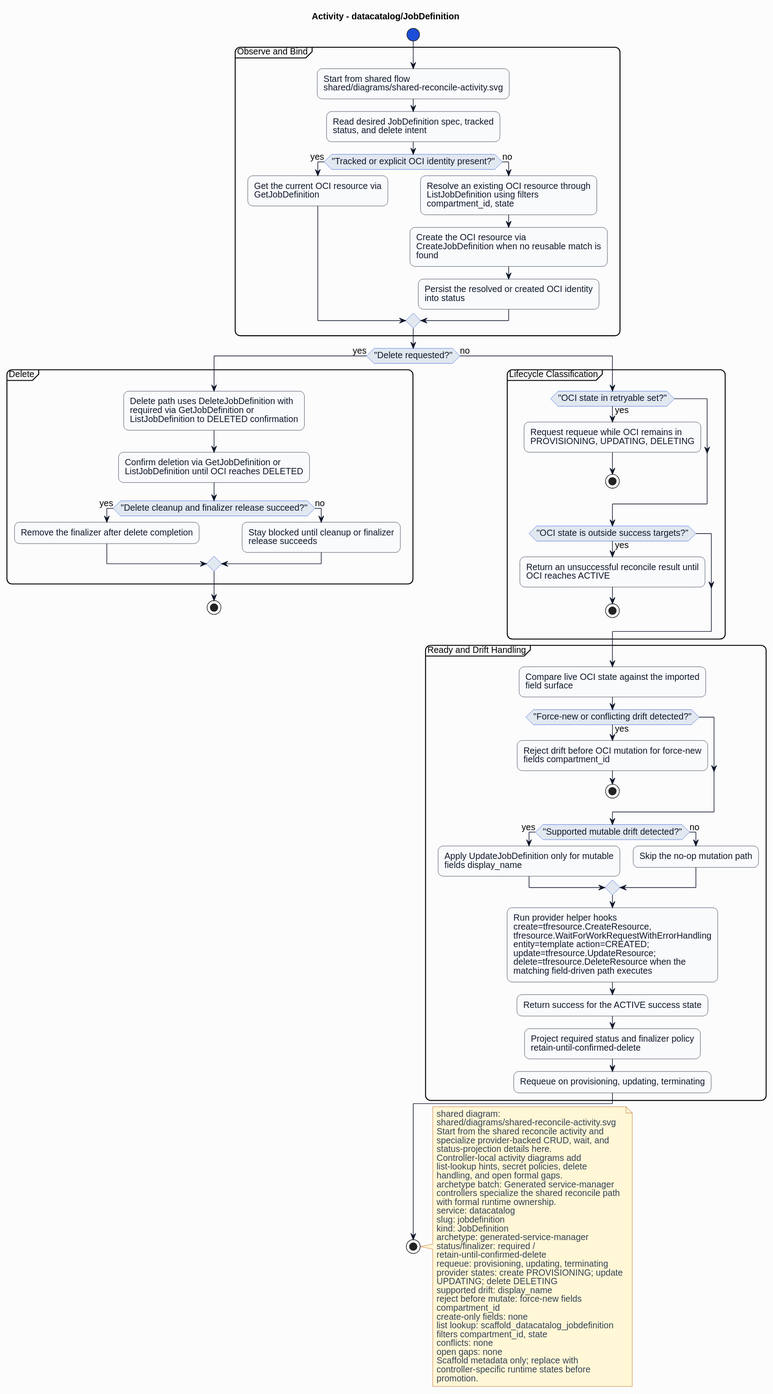
This is formal/controllers/datacatalog/jobdefinition/diagrams/activity.svg from HaoyL666/oci-service-operator, a PlantUML export, as it was before one commit. Source of this version:
```plantuml
@startuml
skinparam shadowing false
skinparam backgroundColor #fcfcfd
skinparam defaultFontName Helvetica
skinparam defaultFontSize 14
skinparam arrowColor #0f172a
skinparam noteBackgroundColor #fff7d6
skinparam noteBorderColor #b45309
skinparam noteFontColor #334155
skinparam roundcorner 16
title Activity - datacatalog/JobDefinition
skinparam activity {
  backgroundColor #f8fafc
  borderColor #0f172a
  fontColor #0f172a
  diamondBackgroundColor #e2e8f0
  diamondBorderColor #1d4ed8
  diamondFontColor #0f172a
  startColor #1d4ed8
  endColor #0f172a
  barColor #1d4ed8
}
start
partition "Observe and Bind" {
:Start from shared flow\nshared/diagrams/shared-reconcile-activity.svg;
:Read desired JobDefinition spec, tracked\nstatus, and delete intent;
if ("Tracked or explicit OCI identity present?") then (yes)
:Get the current OCI resource via\nGetJobDefinition;
else (no)
:Resolve an existing OCI resource through\nListJobDefinition using filters\ncompartment_id, state;
:Create the OCI resource via\nCreateJobDefinition when no reusable match is\nfound;
:Persist the resolved or created OCI identity\ninto status;
endif
}
if ("Delete requested?") then (yes)
partition "Delete" {
:Delete path uses DeleteJobDefinition with\nrequired via GetJobDefinition or\nListJobDefinition to DELETED confirmation;
:Confirm deletion via GetJobDefinition or\nListJobDefinition until OCI reaches DELETED;
if ("Delete cleanup and finalizer release succeed?") then (yes)
:Remove the finalizer after delete completion;
else (no)
:Stay blocked until cleanup or finalizer\nrelease succeeds;
endif
}
stop
else (no)
partition "Lifecycle Classification" {
if ("OCI state in retryable set?") then (yes)
:Request requeue while OCI remains in\nPROVISIONING, UPDATING, DELETING;
stop
endif
if ("OCI state is outside success targets?") then (yes)
:Return an unsuccessful reconcile result until\nOCI reaches ACTIVE;
stop
endif
}
partition "Ready and Drift Handling" {
:Compare live OCI state against the imported\nfield surface;
if ("Force-new or conflicting drift detected?") then (yes)
:Reject drift before OCI mutation for force-new\nfields compartment_id;
stop
endif
if ("Supported mutable drift detected?") then (yes)
:Apply UpdateJobDefinition only for mutable\nfields display_name;
else (no)
:Skip the no-op mutation path;
endif
:Run provider helper hooks\ncreate=tfresource.CreateResource,\ntfresource.WaitForWorkRequestWithErrorHandling\nentity=template action=CREATED;\nupdate=tfresource.UpdateResource;\ndelete=tfresource.DeleteResource when the\nmatching field-driven path executes;
:Return success for the ACTIVE success state;
:Project required status and finalizer policy\nretain-until-confirmed-delete;
:Requeue on provisioning, updating, terminating;
}
endif
stop
note right
shared diagram:
shared/diagrams/shared-reconcile-activity.svg
Start from the shared reconcile activity and
specialize provider-backed CRUD, wait, and
status-projection details here.
Controller-local activity diagrams add
list-lookup hints, secret policies, delete
handling, and open formal gaps.
archetype batch: Generated service-manager
controllers specialize the shared reconcile path
with formal runtime ownership.
service: datacatalog
slug: jobdefinition
kind: JobDefinition
archetype: generated-service-manager
status/finalizer: required /
retain-until-confirmed-delete
requeue: provisioning, updating, terminating
provider states: create PROVISIONING; update
UPDATING; delete DELETING
supported drift: display_name
reject before mutate: force-new fields
compartment_id
create-only fields: none
list lookup: scaffold_datacatalog_jobdefinition
filters compartment_id, state
conflicts: none
open gaps: none
Scaffold metadata only; replace with
controller-specific runtime states before
promotion.
end note
@enduml
```
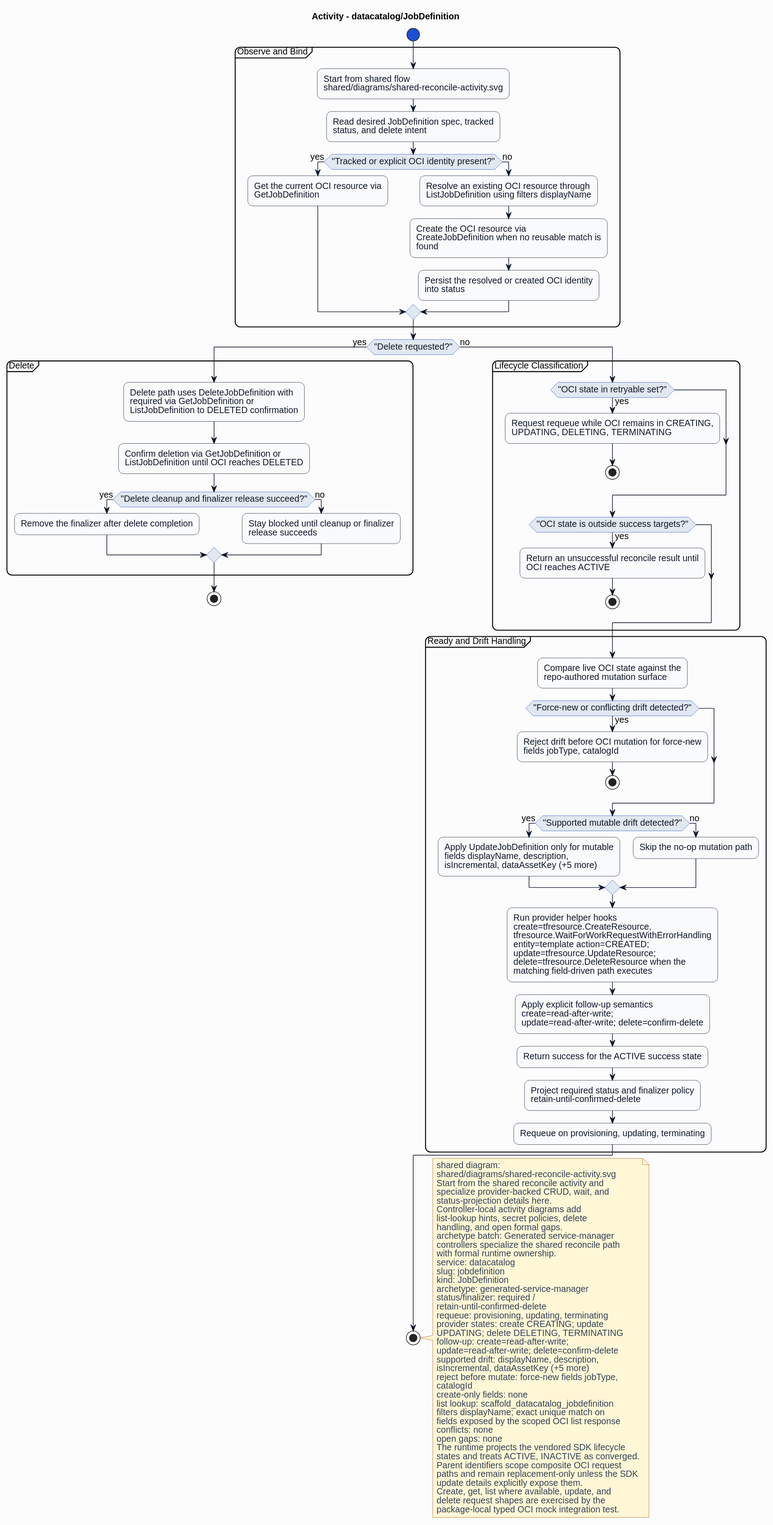
Later version of the same file.

Change to the diagram source:
```diff
@@ -27,7 +27,7 @@
 if ("Tracked or explicit OCI identity present?") then (yes)
 :Get the current OCI resource via\nGetJobDefinition;
 else (no)
-:Resolve an existing OCI resource through\nListJobDefinition using filters\ncompartment_id, state;
+:Resolve an existing OCI resource through\nListJobDefinition using filters displayName;
 :Create the OCI resource via\nCreateJobDefinition when no reusable match is\nfound;
 :Persist the resolved or created OCI identity\ninto status;
 endif
@@ -46,7 +46,7 @@
 else (no)
 partition "Lifecycle Classification" {
 if ("OCI state in retryable set?") then (yes)
-:Request requeue while OCI remains in\nPROVISIONING, UPDATING, DELETING;
+:Request requeue while OCI remains in CREATING,\nUPDATING, DELETING, TERMINATING;
 stop
 endif
 if ("OCI state is outside success targets?") then (yes)
@@ -55,17 +55,18 @@
 endif
 }
 partition "Ready and Drift Handling" {
-:Compare live OCI state against the imported\nfield surface;
+:Compare live OCI state against the\nrepo-authored mutation surface;
 if ("Force-new or conflicting drift detected?") then (yes)
-:Reject drift before OCI mutation for force-new\nfields compartment_id;
+:Reject drift before OCI mutation for force-new\nfields jobType, catalogId;
 stop
 endif
 if ("Supported mutable drift detected?") then (yes)
-:Apply UpdateJobDefinition only for mutable\nfields display_name;
+:Apply UpdateJobDefinition only for mutable\nfields displayName, description,\nisIncremental, dataAssetKey (+5 more);
 else (no)
 :Skip the no-op mutation path;
 endif
 :Run provider helper hooks\ncreate=tfresource.CreateResource,\ntfresource.WaitForWorkRequestWithErrorHandling\nentity=template action=CREATED;\nupdate=tfresource.UpdateResource;\ndelete=tfresource.DeleteResource when the\nmatching field-driven path executes;
+:Apply explicit follow-up semantics\ncreate=read-after-write;\nupdate=read-after-write; delete=confirm-delete;
 :Return success for the ACTIVE success state;
 :Project required status and finalizer policy\nretain-until-confirmed-delete;
 :Requeue on provisioning, updating, terminating;
@@ -91,18 +92,27 @@
 status/finalizer: required /
 retain-until-confirmed-delete
 requeue: provisioning, updating, terminating
-provider states: create PROVISIONING; update
-UPDATING; delete DELETING
-supported drift: display_name
-reject before mutate: force-new fields
-compartment_id
+provider states: create CREATING; update
+UPDATING; delete DELETING, TERMINATING
+follow-up: create=read-after-write;
+update=read-after-write; delete=confirm-delete
+supported drift: displayName, description,
+isIncremental, dataAssetKey (+5 more)
+reject before mutate: force-new fields jobType,
+catalogId
 create-only fields: none
 list lookup: scaffold_datacatalog_jobdefinition
-filters compartment_id, state
+filters displayName; exact unique match on
+fields exposed by the scoped OCI list response
 conflicts: none
 open gaps: none
-Scaffold metadata only; replace with
-controller-specific runtime states before
-promotion.
+The runtime projects the vendored SDK lifecycle
+states and treats ACTIVE, INACTIVE as converged.
+Parent identifiers scope composite OCI request
+paths and remain replacement-only unless the SDK
+update details explicitly expose them.
+Create, get, list where available, update, and
+delete request shapes are exercised by the
+package-local typed OCI mock integration test.
 end note
 @enduml
```
